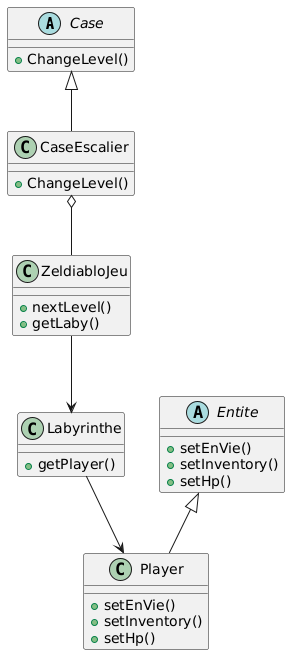
Above: zeldiablo/documents/iteration-3/diagrammes/case-escalier/diagramme-classe-CaseEscalier.png in zonetecde/BUT_S2_2025_Zeldiablo_e22359u_e82916u_e77582u_e85474u (PlantUML), before the change. The source it was exported from:
```plantuml
@startuml
abstract Case {
  + ChangeLevel()
}

class CaseEscalier {
  + ChangeLevel()
}

class ZeldiabloJeu {
  + nextLevel()
  + getLaby()
}

class Labyrinthe {
  + getPlayer()
}

abstract Entite {
  + setEnVie()
  + setInventory()
  + setHp()
}

class Player {
  + setEnVie()
  + setInventory()
  + setHp()
}

Case <|-- CaseEscalier
CaseEscalier o-- ZeldiabloJeu
ZeldiabloJeu --> Labyrinthe
Labyrinthe --> Player
Entite <|-- Player
@enduml
```
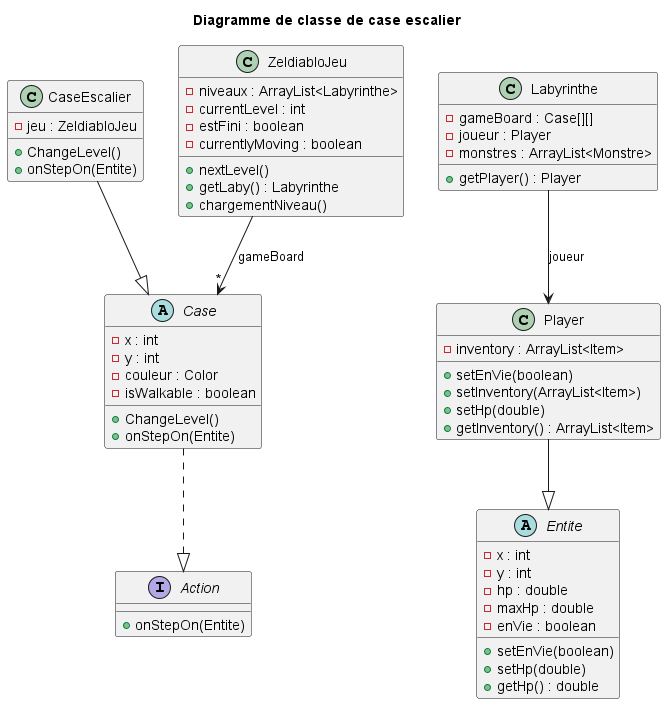
After the commit.

Commit message:
upd img

Change to the diagram source:
```diff
@@ -1,36 +1,66 @@
 @startuml
+
+title Diagramme de classe de case escalier
+
+interface Action {
+  + onStepOn(Entite)
+}
+
 abstract Case {
+  - x : int
+  - y : int
+  - couleur : Color
+  - isWalkable : boolean
   + ChangeLevel()
+  + onStepOn(Entite)
 }
 
 class CaseEscalier {
+  - jeu : ZeldiabloJeu
   + ChangeLevel()
+  + onStepOn(Entite)
 }
 
 class ZeldiabloJeu {
+  - niveaux : ArrayList<Labyrinthe>
+  - currentLevel : int
+  - estFini : boolean
+  - currentlyMoving : boolean
   + nextLevel()
-  + getLaby()
+  + getLaby() : Labyrinthe
+  + chargementNiveau()
 }
 
 class Labyrinthe {
-  + getPlayer()
+  - gameBoard : Case[][]
+  - joueur : Player
+  - monstres : ArrayList<Monstre>
+  + getPlayer() : Player
 }
 
 abstract Entite {
-  + setEnVie()
-  + setInventory()
-  + setHp()
+  - x : int
+  - y : int
+  - hp : double
+  - maxHp : double
+  - enVie : boolean
+  + setEnVie(boolean)
+  + setHp(double)
+  + getHp() : double
 }
 
 class Player {
-  + setEnVie()
-  + setInventory()
-  + setHp()
+  - inventory : ArrayList<Item>
+  + setEnVie(boolean)
+  + setInventory(ArrayList<Item>)
+  + setHp(double)
+  + getInventory() : ArrayList<Item>
 }
 
-Case <|-- CaseEscalier
-CaseEscalier o-- ZeldiabloJeu
-ZeldiabloJeu --> Labyrinthe
-Labyrinthe --> Player
-Entite <|-- Player
+ZeldiabloJeu --> "*" Case : gameBoard
+Labyrinthe --> Player : joueur
+CaseEscalier --|> Case
+Case ..|> Action
+Player --|> Entite
+
 @enduml
```
